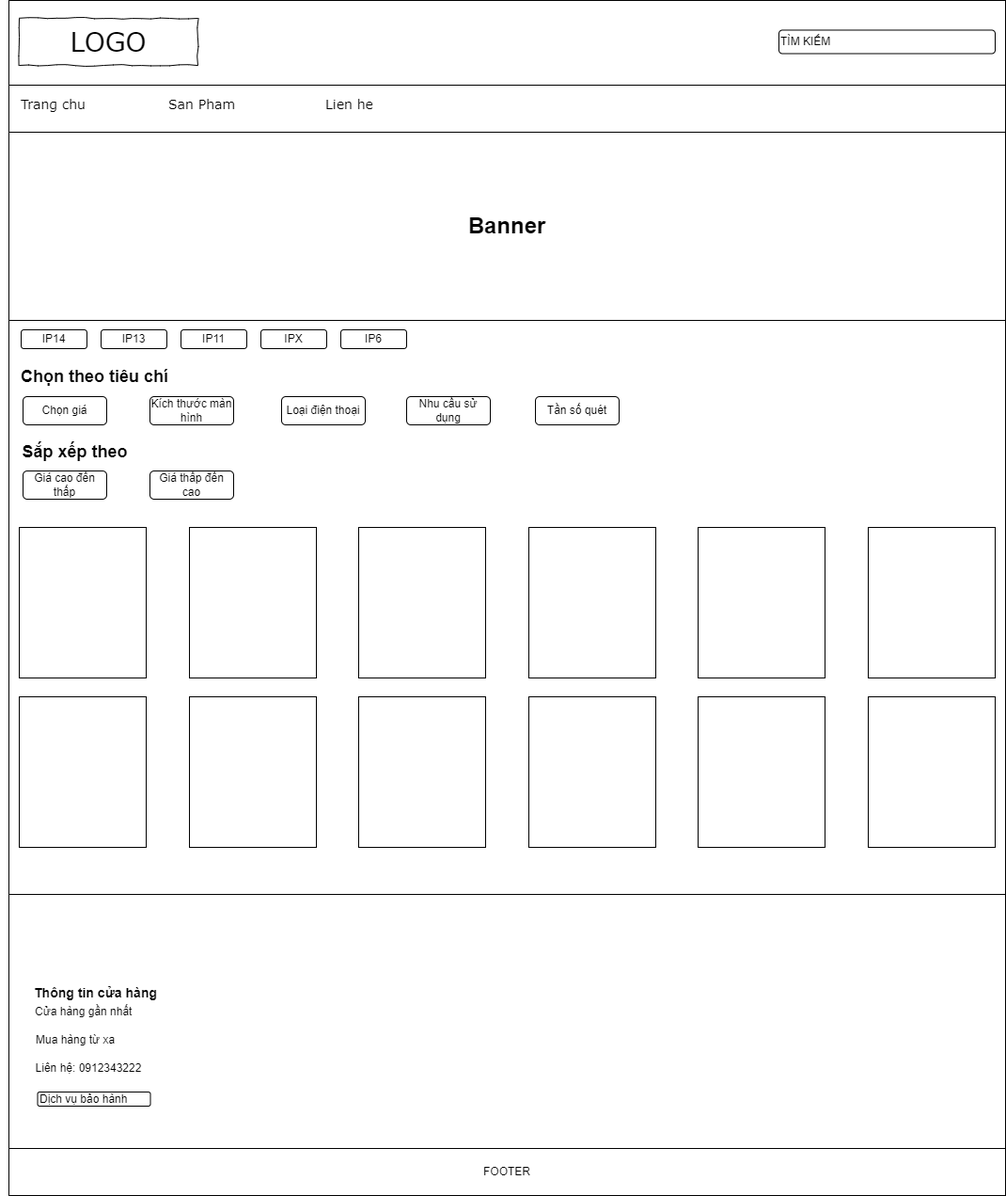
NguyenHocPH36330/Web106_HocNC keeps this draw.io diagram as img/San pham-IPAD.png. Above is the earlier version. Source tidied: cells renumbered, new cells last; positions are measured from the earlier drawing's top-left corner, leaving out a move shared by most shapes.
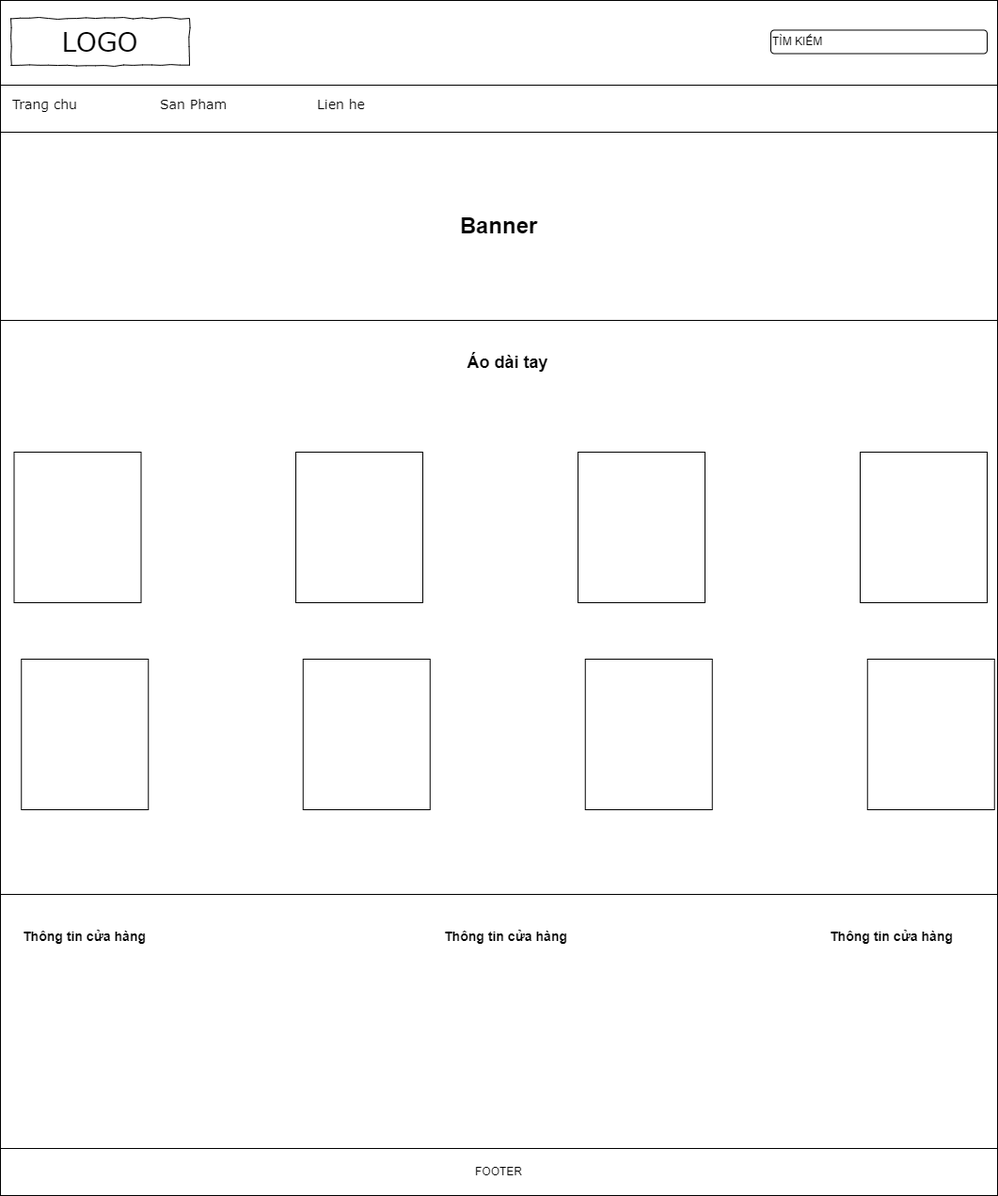
The same diagram one commit later.

The edit, as a diff of the source:
```diff
@@ -26,104 +26,47 @@
     <mxCell id="9" value="TÌM KIẾM" style="rounded=1;whiteSpace=wrap;html=1;align=left;" parent="1" vertex="1">
       <mxGeometry x="828" y="31.5" width="230" height="25" as="geometry" />
     </mxCell>
-    <mxCell id="10" value="&lt;h2&gt;Chọn theo tiêu chí&lt;/h2&gt;" style="text;html=1;strokeColor=none;fillColor=none;align=left;verticalAlign=middle;whiteSpace=wrap;rounded=0;" parent="1" vertex="1">
-      <mxGeometry x="20" y="385" width="159" height="30" as="geometry" />
-    </mxCell>
-    <mxCell id="11" value="IP14" style="rounded=1;whiteSpace=wrap;html=1;flipH=1;" parent="1" vertex="1">
-      <mxGeometry x="22" y="350" width="70" height="20" as="geometry" />
-    </mxCell>
-    <mxCell id="12" value="IP13" style="rounded=1;whiteSpace=wrap;html=1;flipH=1;" parent="1" vertex="1">
-      <mxGeometry x="107" y="350" width="70" height="20" as="geometry" />
-    </mxCell>
-    <mxCell id="13" value="IP11" style="rounded=1;whiteSpace=wrap;html=1;flipH=1;" parent="1" vertex="1">
-      <mxGeometry x="192" y="350" width="70" height="20" as="geometry" />
-    </mxCell>
-    <mxCell id="14" value="IPX" style="rounded=1;whiteSpace=wrap;html=1;flipH=1;" parent="1" vertex="1">
-      <mxGeometry x="277" y="350" width="70" height="20" as="geometry" />
-    </mxCell>
-    <mxCell id="15" value="IP6" style="rounded=1;whiteSpace=wrap;html=1;flipH=1;" parent="1" vertex="1">
-      <mxGeometry x="362" y="350" width="70" height="20" as="geometry" />
-    </mxCell>
-    <mxCell id="16" value="Chọn giá" style="rounded=1;whiteSpace=wrap;html=1;" parent="1" vertex="1">
-      <mxGeometry x="24" y="421" width="89" height="30" as="geometry" />
-    </mxCell>
-    <mxCell id="17" value="Kích thước màn hình" style="rounded=1;whiteSpace=wrap;html=1;" parent="1" vertex="1">
-      <mxGeometry x="159" y="421" width="89" height="30" as="geometry" />
-    </mxCell>
-    <mxCell id="18" value="Loại điện thoại" style="rounded=1;whiteSpace=wrap;html=1;" parent="1" vertex="1">
-      <mxGeometry x="299" y="421" width="89" height="30" as="geometry" />
-    </mxCell>
-    <mxCell id="19" value="Nhu cầu sử dụng" style="rounded=1;whiteSpace=wrap;html=1;" parent="1" vertex="1">
-      <mxGeometry x="432" y="421" width="89" height="30" as="geometry" />
-    </mxCell>
-    <mxCell id="20" value="Tần số quét" style="rounded=1;whiteSpace=wrap;html=1;" parent="1" vertex="1">
-      <mxGeometry x="569" y="421" width="89" height="30" as="geometry" />
-    </mxCell>
-    <mxCell id="21" value="&lt;h2&gt;Sắp xếp theo&lt;/h2&gt;" style="text;html=1;strokeColor=none;fillColor=none;align=center;verticalAlign=middle;whiteSpace=wrap;rounded=0;" parent="1" vertex="1">
-      <mxGeometry y="465" width="159" height="30" as="geometry" />
+    <mxCell id="21" value="&lt;h2&gt;Áo dài tay&lt;/h2&gt;" style="text;html=1;strokeColor=none;fillColor=none;align=center;verticalAlign=middle;whiteSpace=wrap;rounded=0;" parent="1" vertex="1">
+      <mxGeometry x="469" y="370" width="159" height="30" as="geometry" />
     </mxCell>
-    <mxCell id="22" value="Giá cao đến thấp" style="rounded=1;whiteSpace=wrap;html=1;" parent="1" vertex="1">
-      <mxGeometry x="24" y="500" width="89" height="30" as="geometry" />
-    </mxCell>
-    <mxCell id="23" value="Giá thấp đến cao" style="rounded=1;whiteSpace=wrap;html=1;" parent="1" vertex="1">
-      <mxGeometry x="159" y="500" width="89" height="30" as="geometry" />
-    </mxCell>
     <mxCell id="24" style="rounded=0;whiteSpace=wrap;html=1;flipH=0;" parent="1" vertex="1">
-      <mxGeometry x="20" y="560" width="135" height="160" as="geometry" />
+      <mxGeometry x="23.5" y="480" width="135" height="160" as="geometry" />
     </mxCell>
     <mxCell id="25" style="rounded=0;whiteSpace=wrap;html=1;flipH=0;" parent="1" vertex="1">
-      <mxGeometry x="201" y="560" width="135" height="160" as="geometry" />
+      <mxGeometry x="323" y="480" width="135" height="160" as="geometry" />
     </mxCell>
     <mxCell id="26" style="rounded=0;whiteSpace=wrap;html=1;flipH=0;" parent="1" vertex="1">
-      <mxGeometry x="381" y="560" width="135" height="160" as="geometry" />
+      <mxGeometry x="623" y="480" width="135" height="160" as="geometry" />
     </mxCell>
     <mxCell id="27" style="rounded=0;whiteSpace=wrap;html=1;flipH=0;" parent="1" vertex="1">
-      <mxGeometry x="562" y="560" width="135" height="160" as="geometry" />
+      <mxGeometry x="923" y="480" width="135" height="160" as="geometry" />
     </mxCell>
-    <mxCell id="28" style="rounded=0;whiteSpace=wrap;html=1;flipH=0;" parent="1" vertex="1">
-      <mxGeometry x="742" y="560" width="135" height="160" as="geometry" />
-    </mxCell>
-    <mxCell id="29" style="rounded=0;whiteSpace=wrap;html=1;flipH=0;" parent="1" vertex="1">
-      <mxGeometry x="923" y="560" width="135" height="160" as="geometry" />
-    </mxCell>
-    <mxCell id="30" style="rounded=0;whiteSpace=wrap;html=1;flipH=0;" parent="1" vertex="1">
-      <mxGeometry x="20" y="740" width="135" height="160" as="geometry" />
-    </mxCell>
-    <mxCell id="31" style="rounded=0;whiteSpace=wrap;html=1;flipH=0;" parent="1" vertex="1">
-      <mxGeometry x="201" y="740" width="135" height="160" as="geometry" />
-    </mxCell>
-    <mxCell id="32" style="rounded=0;whiteSpace=wrap;html=1;flipH=0;" parent="1" vertex="1">
-      <mxGeometry x="381" y="740" width="135" height="160" as="geometry" />
-    </mxCell>
-    <mxCell id="33" style="rounded=0;whiteSpace=wrap;html=1;flipH=0;" parent="1" vertex="1">
-      <mxGeometry x="562" y="740" width="135" height="160" as="geometry" />
-    </mxCell>
-    <mxCell id="34" style="rounded=0;whiteSpace=wrap;html=1;flipH=0;" parent="1" vertex="1">
-      <mxGeometry x="742" y="740" width="135" height="160" as="geometry" />
-    </mxCell>
-    <mxCell id="35" style="rounded=0;whiteSpace=wrap;html=1;flipH=0;" parent="1" vertex="1">
-      <mxGeometry x="923" y="740" width="135" height="160" as="geometry" />
-    </mxCell>
     <mxCell id="36" value="&lt;h2&gt;&lt;br&gt;&lt;/h2&gt;" style="rounded=0;whiteSpace=wrap;html=1;align=left;" parent="1" vertex="1">
       <mxGeometry x="9" y="950" width="1060" height="270" as="geometry" />
     </mxCell>
     <mxCell id="37" value="&lt;h3&gt;Thông tin cửa hàng&lt;/h3&gt;" style="text;html=1;strokeColor=none;fillColor=none;align=left;verticalAlign=middle;whiteSpace=wrap;rounded=0;" parent="1" vertex="1">
-      <mxGeometry x="34" y="1040" width="140" height="30" as="geometry" />
+      <mxGeometry x="31.2" y="980" width="140" height="30" as="geometry" />
     </mxCell>
     <mxCell id="38" value="FOOTER" style="rounded=0;whiteSpace=wrap;html=1;" parent="1" vertex="1">
       <mxGeometry x="9" y="1220" width="1060" height="50" as="geometry" />
     </mxCell>
-    <mxCell id="39" value="Cửa hàng gần nhất" style="text;html=1;strokeColor=none;fillColor=none;align=left;verticalAlign=middle;whiteSpace=wrap;rounded=0;" parent="1" vertex="1">
-      <mxGeometry x="35" y="1060" width="138" height="30" as="geometry" />
-    </mxCell>
-    <mxCell id="40" value="Mua hàng từ xa" style="text;html=1;strokeColor=none;fillColor=none;align=left;verticalAlign=middle;whiteSpace=wrap;rounded=0;" parent="1" vertex="1">
-      <mxGeometry x="36" y="1090" width="138" height="30" as="geometry" />
-    </mxCell>
-    <mxCell id="41" value="Liên hệ: 0912343222" style="text;html=1;strokeColor=none;fillColor=none;align=center;verticalAlign=middle;whiteSpace=wrap;rounded=0;" parent="1" vertex="1">
-      <mxGeometry x="27.5" y="1120" width="132" height="30" as="geometry" />
-    </mxCell>
-    <mxCell id="42" value="Dịch vụ bảo hành" style="rounded=1;whiteSpace=wrap;html=1;align=left;" parent="1" vertex="1">
-      <mxGeometry x="39.5" y="1160" width="120" height="15" as="geometry" />
-    </mxCell>
+    <mxCell id="43" style="rounded=0;whiteSpace=wrap;html=1;flipH=0;" parent="1" vertex="1">
+      <mxGeometry x="31.2" y="700" width="135" height="160" as="geometry" />
+    </mxCell>
+    <mxCell id="44" style="rounded=0;whiteSpace=wrap;html=1;flipH=0;" parent="1" vertex="1">
+      <mxGeometry x="330.8" y="700" width="135" height="160" as="geometry" />
+    </mxCell>
+    <mxCell id="45" style="rounded=0;whiteSpace=wrap;html=1;flipH=0;" parent="1" vertex="1">
+      <mxGeometry x="630.8" y="700" width="135" height="160" as="geometry" />
+    </mxCell>
+    <mxCell id="46" style="rounded=0;whiteSpace=wrap;html=1;flipH=0;" parent="1" vertex="1">
+      <mxGeometry x="930.8" y="700" width="135" height="160" as="geometry" />
+    </mxCell>
+    <mxCell id="47" value="&lt;h3&gt;Thông tin cửa hàng&lt;/h3&gt;" style="text;html=1;strokeColor=none;fillColor=none;align=left;verticalAlign=middle;whiteSpace=wrap;rounded=0;" parent="1" vertex="1">
+      <mxGeometry x="478.5" y="980" width="140" height="30" as="geometry" />
+    </mxCell>
+    <mxCell id="48" value="&lt;h3&gt;Thông tin cửa hàng&lt;/h3&gt;" style="text;html=1;strokeColor=none;fillColor=none;align=left;verticalAlign=middle;whiteSpace=wrap;rounded=0;" parent="1" vertex="1">
+      <mxGeometry x="889" y="980" width="140" height="30" as="geometry" />
+    </mxCell>
   </root>
 </mxGraphModel>
```
